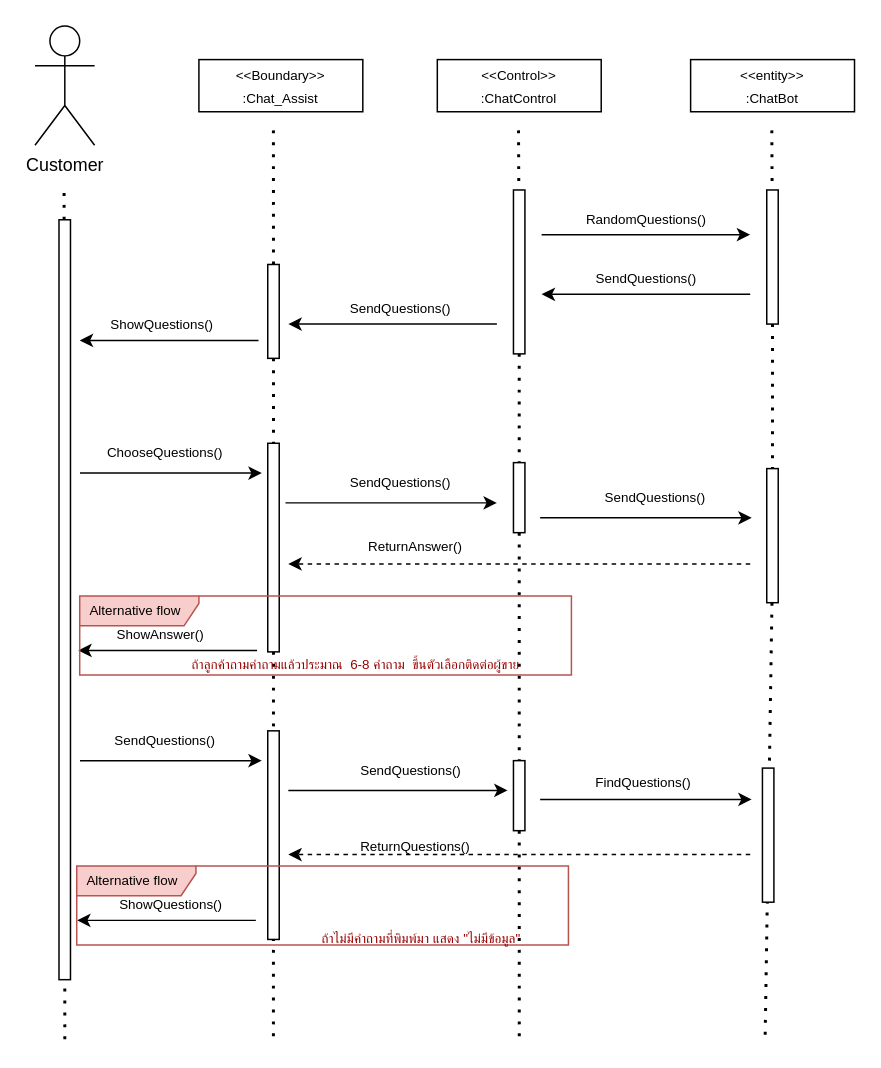
This is page "Page-1" (1 of 2) of Request Durian info and FAQ.drawio from munkeawtoast/isad-diagrams, a draw.io file, before an edit. Source tidied: cells renumbered, new cells numbered last; positions are measured from the earlier drawing's top-left corner, leaving out a move shared by most shapes. Both pictures are drawn from the tidied source at 149%, with x=0, y=0 at pixel (34, 25).
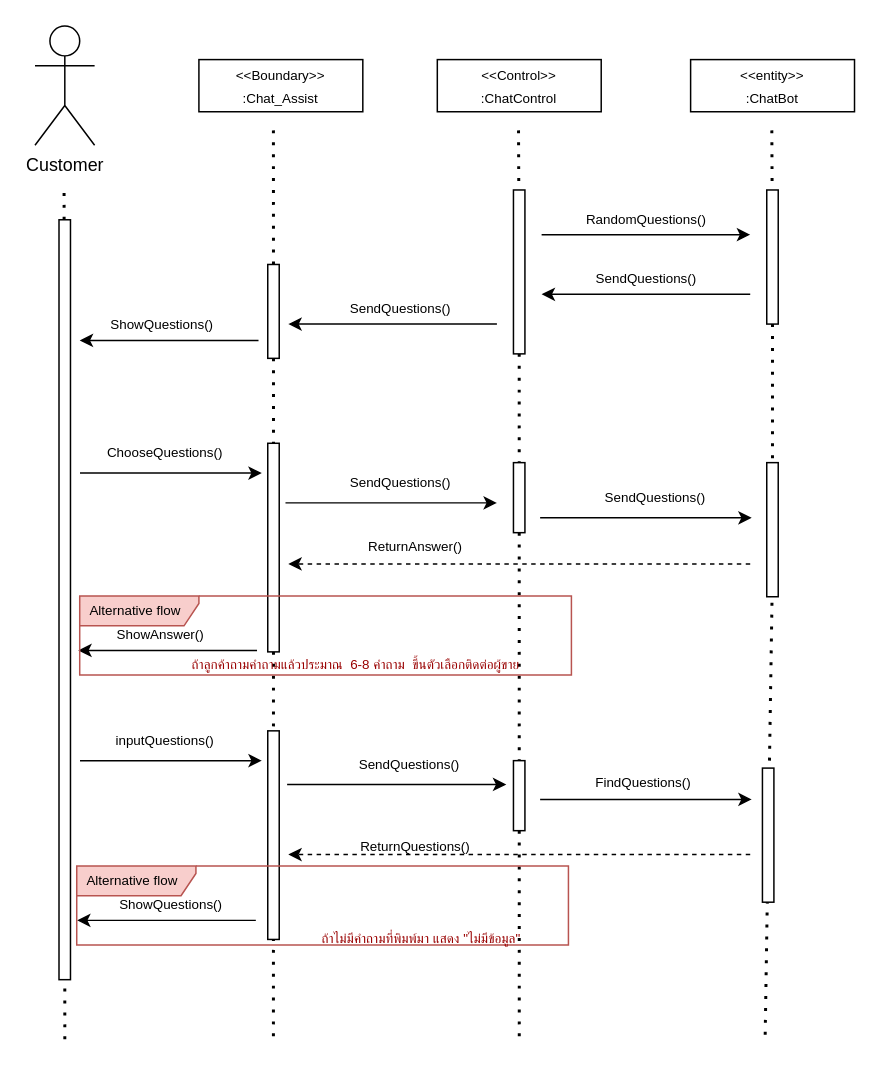
The same page after the edit.

The edit, as a diff of the source:
```diff
@@
     <mxCell id="35" style="rounded=0;whiteSpace=wrap;html=1;fontSize=9;" parent="1" vertex="1">
-      <mxGeometry x="491.1" y="297" width="7.7" height="90" as="geometry" />
+      <mxGeometry x="491.1" y="293" width="7.7" height="90" as="geometry" />
     </mxCell>
@@
-    <mxCell id="45" value="SendQuestions()" style="text;html=1;align=center;verticalAlign=middle;strokeColor=none;fillColor=none;fontSize=9;" parent="1" vertex="1">
+    <mxCell id="45" value="inputQuestions()" style="text;html=1;align=center;verticalAlign=middle;strokeColor=none;fillColor=none;fontSize=9;" parent="1" vertex="1">
       <mxGeometry x="42" y="470" width="90" height="20" as="geometry" />
     </mxCell>
@@
     <mxCell id="47" style="endArrow=classic;html=1;verticalAlign=top;" parent="1" edge="1">
       <mxGeometry relative="1" as="geometry">
-        <mxPoint x="170" y="513" as="sourcePoint" />
-        <mxPoint x="317.2" y="513" as="targetPoint" />
+        <mxPoint x="169.2" y="509" as="sourcePoint" />
+        <mxPoint x="316.3" y="509" as="targetPoint" />
       </mxGeometry>
     </mxCell>
     <mxCell id="48" value="SendQuestions()" style="text;html=1;align=center;verticalAlign=middle;strokeColor=none;fillColor=none;fontSize=9;" parent="1" vertex="1">
-      <mxGeometry x="207" y="490" width="90" height="20" as="geometry" />
+      <mxGeometry x="206.2" y="486" width="90" height="20" as="geometry" />
     </mxCell>
```
